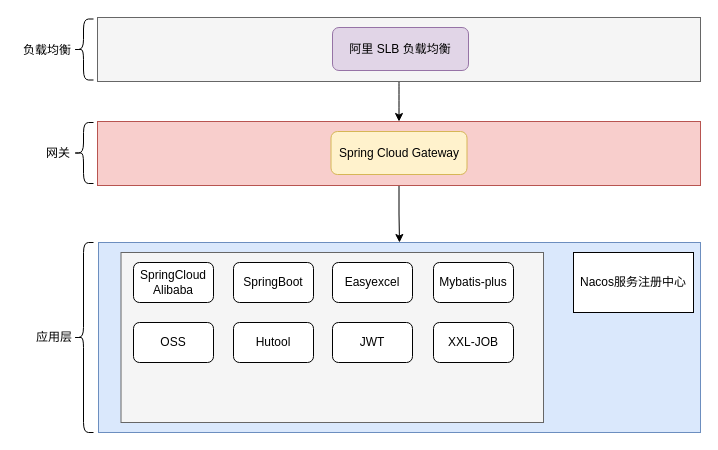
ammengke/my-drawio keeps this draw.io diagram as cbs2.0技术架构.drawio. Above is the earlier version. Source tidied: cells renumbered, new cells numbered last; positions are measured from the earlier drawing's top-left corner, leaving out a move shared by most shapes. Both pictures are drawn from the tidied source at 100%, with x=0, y=0 at pixel (17, 17).
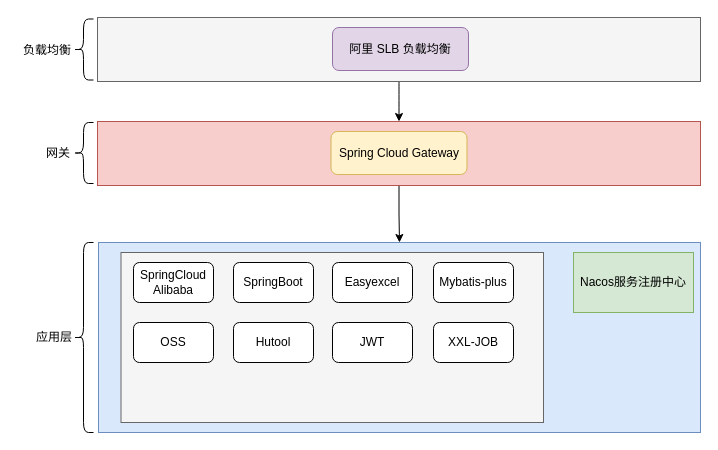
The same diagram, later.

Commit message (it also covers changes not shown here):
更新cbs2.0技术架构.drawio

The edit, as a diff of the source:
```diff
@@
-    <mxCell id="14" value="Nacos服务注册中心" style="rounded=0;whiteSpace=wrap;html=1;" parent="1" vertex="1">
+    <mxCell id="14" value="Nacos服务注册中心" style="rounded=0;whiteSpace=wrap;html=1;fillColor=#d5e8d4;strokeColor=#82b366;" parent="1" vertex="1">
       <mxGeometry x="556" y="235" width="120" height="60" as="geometry" />
     </mxCell>
```
